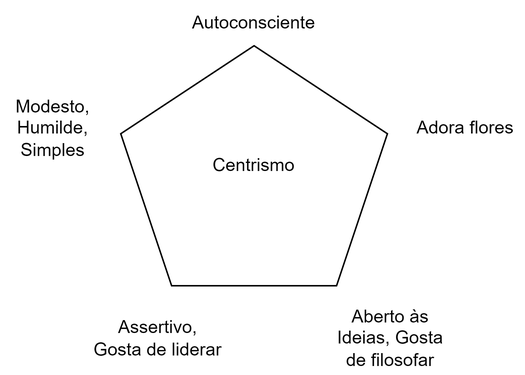
Before: drawio/personality traits/exports/five_traits_flourist.drawio.png, a diagram exported from draw.io (Anth0nyPereira/onegai). Source tidied: cells renumbered, new cells last; positions are measured from the earlier drawing's top-left corner, leaving out a move shared by most shapes.
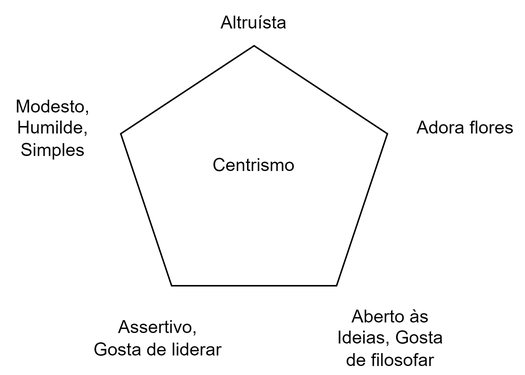
Later version of the same file.

Diff of the diagram source:
```diff
@@ -5,7 +5,7 @@
     <mxCell id="2" value="Centrismo" style="whiteSpace=wrap;html=1;shape=mxgraph.basic.pentagon;" parent="1" vertex="1">
       <mxGeometry x="80" y="30" width="177.8" height="160" as="geometry" />
     </mxCell>
-    <mxCell id="3" value="Autoconsciente" style="text;html=1;strokeColor=none;fillColor=none;align=center;verticalAlign=middle;whiteSpace=wrap;rounded=0;" parent="1" vertex="1">
+    <mxCell id="3" value="Altruísta" style="text;html=1;strokeColor=none;fillColor=none;align=center;verticalAlign=middle;whiteSpace=wrap;rounded=0;" parent="1" vertex="1">
       <mxGeometry x="139" width="60" height="30" as="geometry" />
     </mxCell>
     <mxCell id="4" value="Assertivo, Gosta de liderar" style="text;html=1;strokeColor=none;fillColor=none;align=center;verticalAlign=middle;whiteSpace=wrap;rounded=0;" parent="1" vertex="1">
```
